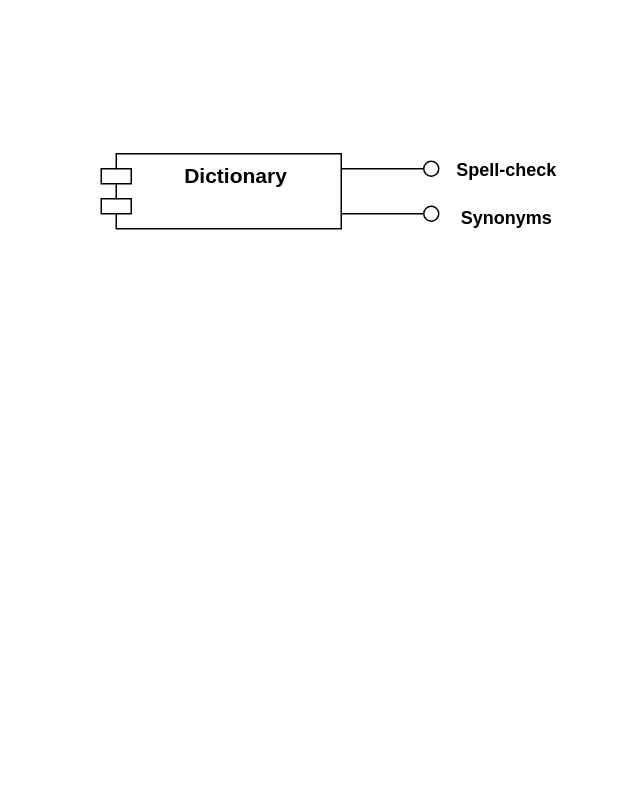
The draw.io diagram 4-Instance.drawio in wei0728/UML-diagram, before the edit. Source tidied: cells renumbered, new cells numbered last; positions are measured from the earlier drawing's top-left corner, leaving out a move shared by most shapes. Both pictures are drawn from the tidied source at 150%, with x=0, y=0 at pixel (100, 150).
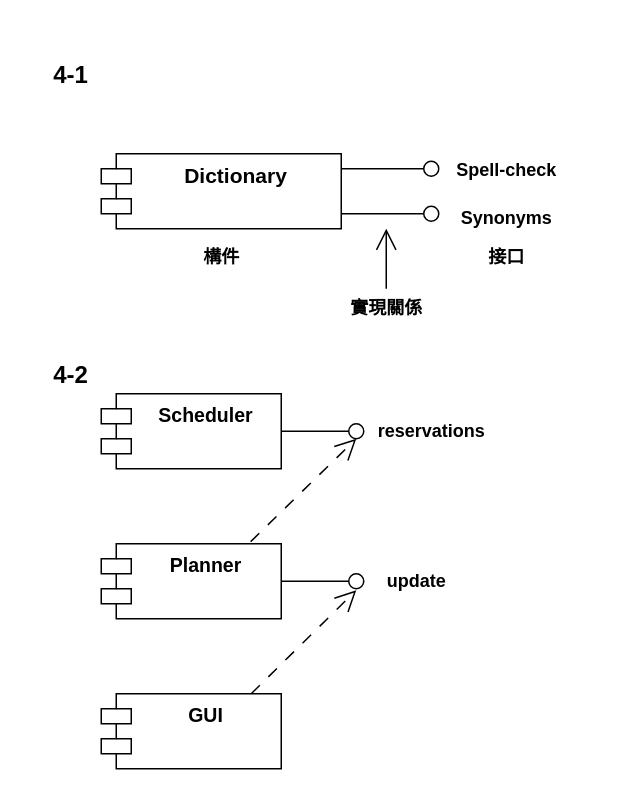
After the change.

The edit, as a diff of the source:
```diff
@@
-    <mxCell id="3" style="rounded=0;orthogonalLoop=1;jettySize=auto;html=1;endArrow=oval;endFill=0;sketch=0;sourcePerimeterSpacing=0;targetPerimeterSpacing=0;endSize=10;" parent="1" edge="1">
-      <mxGeometry relative="1" as="geometry">
-        <mxPoint x="160" y="12" as="sourcePoint" />
-        <mxPoint x="220" y="12" as="targetPoint" />
-      </mxGeometry>
-    </mxCell>
-    <mxCell id="4" style="ellipse;whiteSpace=wrap;html=1;align=center;fillColor=none;strokeColor=none;perimeter=centerPerimeter;" parent="1" vertex="1">
-      <mxGeometry x="325" y="192" width="10" height="10" as="geometry" />
-    </mxCell>
-    <mxCell id="5" style="rounded=0;orthogonalLoop=1;jettySize=auto;html=1;endArrow=oval;endFill=0;sketch=0;sourcePerimeterSpacing=0;targetPerimeterSpacing=0;endSize=10;" parent="1" edge="1">
-      <mxGeometry relative="1" as="geometry">
-        <mxPoint x="160" y="42" as="sourcePoint" />
-        <mxPoint x="220" y="42" as="targetPoint" />
-      </mxGeometry>
-    </mxCell>
+    <mxCell id="8" style="rounded=0;orthogonalLoop=1;jettySize=auto;html=1;endArrow=oval;endFill=0;sketch=0;sourcePerimeterSpacing=0;targetPerimeterSpacing=0;endSize=10;" parent="1" edge="1">
+      <mxGeometry relative="1" as="geometry">
+        <mxPoint x="160" y="12" as="sourcePoint" />
+        <mxPoint x="220" y="12" as="targetPoint" />
+      </mxGeometry>
+    </mxCell>
+    <mxCell id="9" style="rounded=0;orthogonalLoop=1;jettySize=auto;html=1;endArrow=oval;endFill=0;sketch=0;sourcePerimeterSpacing=0;targetPerimeterSpacing=0;endSize=10;" parent="1" edge="1">
+      <mxGeometry relative="1" as="geometry">
+        <mxPoint x="160" y="42" as="sourcePoint" />
+        <mxPoint x="220" y="42" as="targetPoint" />
+      </mxGeometry>
+    </mxCell>
@@
+    <mxCell id="10" value="構件" style="text;align=center;fontStyle=1;verticalAlign=middle;spacingLeft=3;spacingRight=3;strokeColor=none;html=1;" parent="1" vertex="1">
+      <mxGeometry x="40" y="58" width="80" height="26" as="geometry" />
+    </mxCell>
+    <mxCell id="11" value="&lt;div&gt;接口&lt;/div&gt;" style="text;align=center;fontStyle=1;verticalAlign=middle;spacingLeft=3;spacingRight=3;strokeColor=none;html=1;" parent="1" vertex="1">
+      <mxGeometry x="230" y="58" width="80" height="26" as="geometry" />
+    </mxCell>
+    <mxCell id="12" value="實現關係" style="text;align=center;fontStyle=1;verticalAlign=middle;spacingLeft=3;spacingRight=3;strokeColor=none;html=1;" parent="1" vertex="1">
+      <mxGeometry x="150" y="92" width="80" height="26" as="geometry" />
+    </mxCell>
+    <mxCell id="13" style="endArrow=open;endFill=1;endSize=12;html=1;rounded=0;" parent="1" edge="1">
+      <mxGeometry relative="1" as="geometry">
+        <mxPoint x="190" y="92" as="sourcePoint" />
+        <mxPoint x="190" y="52" as="targetPoint" />
+      </mxGeometry>
+    </mxCell>
+    <mxCell id="14" value="&lt;h1&gt;&lt;font style=&quot;font-size: 16px;&quot;&gt;4-1&lt;/font&gt;&lt;/h1&gt;" style="text;html=1;strokeColor=none;fillColor=none;align=center;verticalAlign=middle;whiteSpace=wrap;rounded=0;" parent="1" vertex="1">
+      <mxGeometry x="-50" y="-68" width="60" height="30" as="geometry" />
+    </mxCell>
+    <mxCell id="15" value="&lt;h1&gt;&lt;font style=&quot;font-size: 16px;&quot;&gt;4-2&lt;/font&gt;&lt;/h1&gt;" style="text;html=1;strokeColor=none;fillColor=none;align=center;verticalAlign=middle;whiteSpace=wrap;rounded=0;" parent="1" vertex="1">
+      <mxGeometry x="-50" y="132" width="60" height="30" as="geometry" />
+    </mxCell>
+    <mxCell id="16" value="&lt;b&gt;&lt;font style=&quot;font-size: 13px;&quot;&gt;GUI&lt;/font&gt;&lt;/b&gt;" style="shape=module;align=left;spacingLeft=20;align=center;verticalAlign=top;whiteSpace=wrap;html=1;" parent="1" vertex="1">
+      <mxGeometry y="362" width="120" height="50" as="geometry" />
+    </mxCell>
+    <mxCell id="17" value="&lt;b&gt;&lt;font style=&quot;font-size: 13px;&quot;&gt;Planner&lt;/font&gt;&lt;/b&gt;" style="shape=module;align=left;spacingLeft=20;align=center;verticalAlign=top;whiteSpace=wrap;html=1;" parent="1" vertex="1">
+      <mxGeometry y="262" width="120" height="50" as="geometry" />
+    </mxCell>
+    <mxCell id="18" value="&lt;b&gt;&lt;font style=&quot;font-size: 13px;&quot;&gt;Scheduler&lt;/font&gt;&lt;/b&gt;" style="shape=module;align=left;spacingLeft=20;align=center;verticalAlign=top;whiteSpace=wrap;html=1;" parent="1" vertex="1">
+      <mxGeometry y="162" width="120" height="50" as="geometry" />
+    </mxCell>
+    <mxCell id="19" style="rounded=0;jettySize=auto;html=1;endArrow=oval;endFill=0;sketch=0;sourcePerimeterSpacing=0;targetPerimeterSpacing=0;endSize=10;exitX=1;exitY=0.5;exitDx=0;exitDy=0;" parent="1" edge="1" source="18">
+      <mxGeometry relative="1" as="geometry">
+        <mxPoint x="170" y="187" as="targetPoint" />
+      </mxGeometry>
+    </mxCell>
+    <mxCell id="20" style="rounded=0;jettySize=auto;html=1;endArrow=oval;endFill=0;sketch=0;sourcePerimeterSpacing=0;targetPerimeterSpacing=0;endSize=10;exitX=1;exitY=0.5;exitDx=0;exitDy=0;" parent="1" edge="1" source="17">
+      <mxGeometry relative="1" as="geometry">
+        <mxPoint x="170" y="287" as="targetPoint" />
+      </mxGeometry>
+    </mxCell>
+    <mxCell id="21" style="endArrow=open;endFill=1;endSize=12;html=1;rounded=0;exitX=0.83;exitY=-0.028;exitDx=0;exitDy=0;exitPerimeter=0;dashed=1;dashPattern=8 8;" parent="1" edge="1" source="17">
+      <mxGeometry relative="1" as="geometry">
+        <mxPoint x="170" y="192" as="targetPoint" />
+      </mxGeometry>
+    </mxCell>
+    <mxCell id="22" style="endArrow=open;endFill=1;endSize=12;html=1;rounded=0;exitX=0.83;exitY=-0.028;exitDx=0;exitDy=0;exitPerimeter=0;dashed=1;dashPattern=8 8;" parent="1" edge="1">
+      <mxGeometry relative="1" as="geometry">
+        <mxPoint x="100" y="362" as="sourcePoint" />
+        <mxPoint x="170" y="293" as="targetPoint" />
+      </mxGeometry>
+    </mxCell>
+    <mxCell id="23" value="reservations" style="text;align=center;fontStyle=1;verticalAlign=middle;spacingLeft=3;spacingRight=3;strokeColor=none;html=1;" parent="1" vertex="1">
+      <mxGeometry x="180" y="174" width="80" height="26" as="geometry" />
+    </mxCell>
+    <mxCell id="24" value="update" style="text;align=center;fontStyle=1;verticalAlign=middle;spacingLeft=3;spacingRight=3;strokeColor=none;html=1;" parent="1" vertex="1">
+      <mxGeometry x="170" y="274" width="80" height="26" as="geometry" />
+    </mxCell>
```
